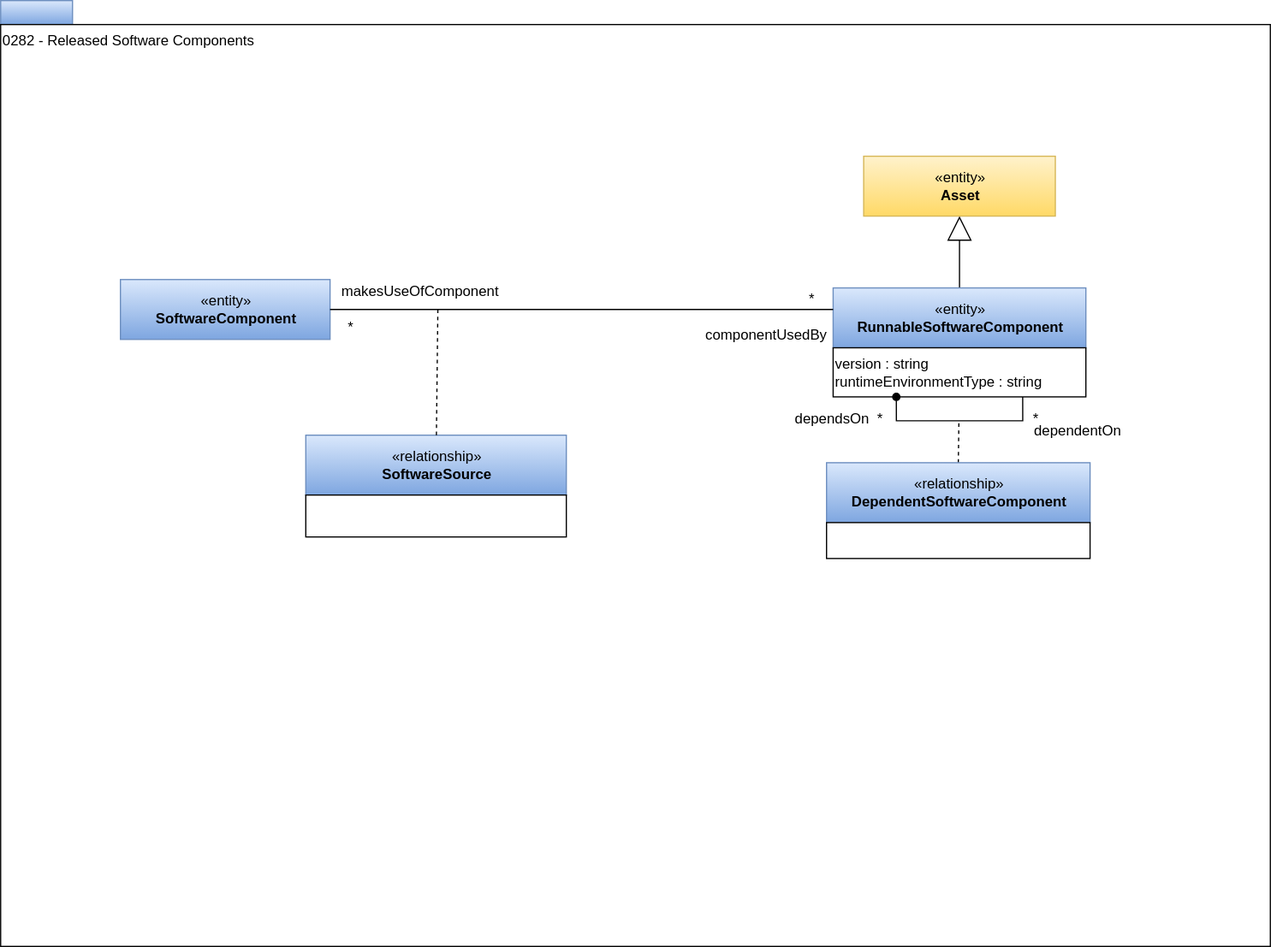
Before: site/docs/types/2/0282-Released-Software-Components.svg, a diagram exported from draw.io (odpi/egeria-docs). Source tidied: cells renumbered, new cells last; positions are measured from the earlier drawing's top-left corner, leaving out a move shared by most shapes.
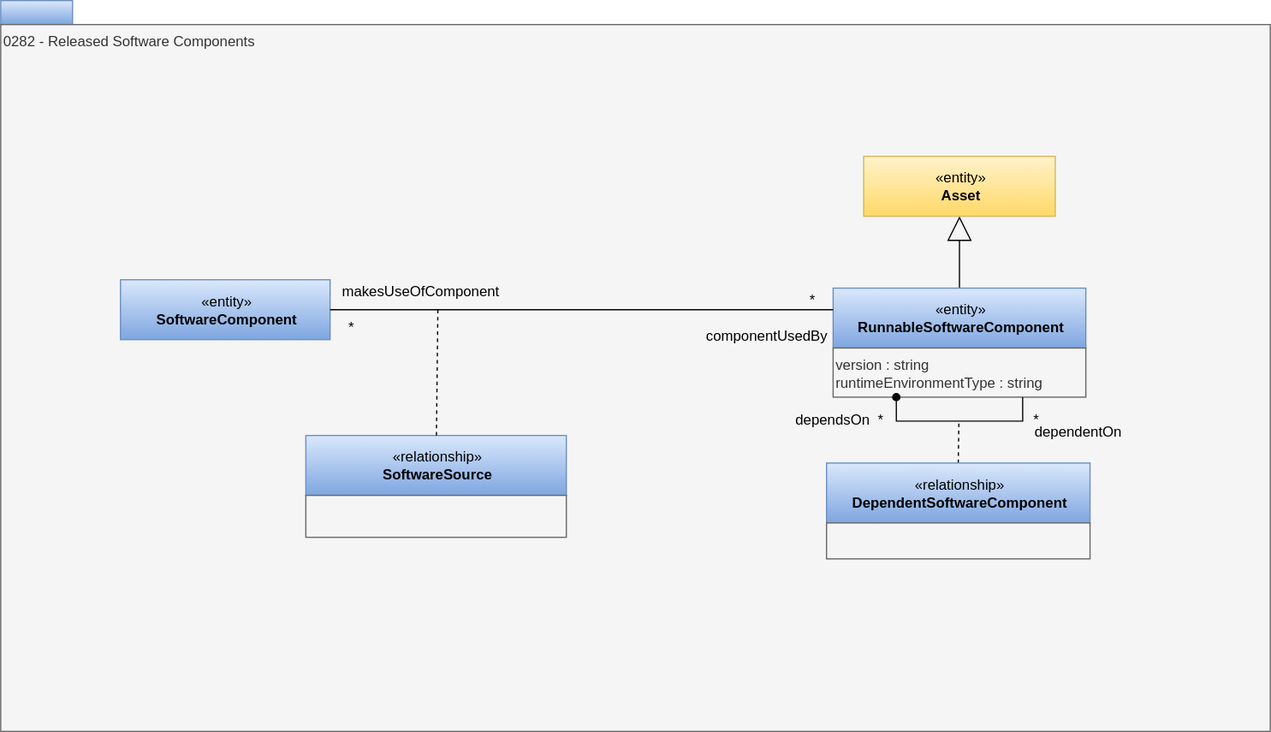
The same file after the commit.

The edit, as a diff of the source:
```diff
@@ -5,8 +5,8 @@
     <mxCell id="2" style="rounded=0;whiteSpace=wrap;html=1;align=left;fillColor=#dae8fc;strokeColor=#6c8ebf;gradientColor=#7ea6e0;" parent="1" vertex="1">
       <mxGeometry width="60" height="20" as="geometry" />
     </mxCell>
-    <mxCell id="3" value="0282 - Released Software Components" style="rounded=0;whiteSpace=wrap;html=1;align=left;verticalAlign=top;" parent="1" vertex="1">
-      <mxGeometry y="20" width="1060" height="770" as="geometry" />
+    <mxCell id="3" value="0282 - Released Software Components" style="rounded=0;whiteSpace=wrap;html=1;align=left;verticalAlign=top;fillColor=#f5f5f5;fontColor=#333333;strokeColor=#666666;" parent="1" vertex="1">
+      <mxGeometry y="20" width="1060" height="590" as="geometry" />
     </mxCell>
     <mxCell id="4" style="edgeStyle=none;rounded=0;jettySize=auto;html=1;entryX=0.5;entryY=1;entryDx=0;entryDy=0;endArrow=block;endFill=0;strokeColor=#000000;strokeWidth=1;endSize=18;" parent="1" edge="1" source="5" target="14">
       <mxGeometry relative="1" as="geometry" />
@@ -22,10 +22,10 @@
     <mxCell id="7" value="«relationship»&lt;br&gt;&lt;b&gt;DependentSoftwareComponent&lt;/b&gt;" style="html=1;strokeColor=#6c8ebf;align=center;fillColor=#dae8fc;gradientColor=#7ea6e0;" parent="1" vertex="1">
       <mxGeometry x="689.5" y="386" width="220" height="50" as="geometry" />
     </mxCell>
-    <mxCell id="8" style="rounded=0;whiteSpace=wrap;html=1;strokeColor=#000000;gradientColor=#ffffff;align=left;" parent="1" vertex="1">
+    <mxCell id="8" style="rounded=0;whiteSpace=wrap;html=1;strokeColor=#666666;align=left;fillColor=#f5f5f5;fontColor=#333333;" parent="1" vertex="1">
       <mxGeometry x="689.5" y="436" width="220" height="30" as="geometry" />
     </mxCell>
-    <mxCell id="9" value="version : string&lt;br&gt;runtimeEnvironmentType : string" style="rounded=0;whiteSpace=wrap;html=1;strokeColor=#000000;gradientColor=#ffffff;align=left;" parent="1" vertex="1">
+    <mxCell id="9" value="version : string&lt;br&gt;runtimeEnvironmentType : string" style="rounded=0;whiteSpace=wrap;html=1;strokeColor=#666666;align=left;fillColor=#f5f5f5;fontColor=#333333;" parent="1" vertex="1">
       <mxGeometry x="695" y="290" width="211" height="41" as="geometry" />
     </mxCell>
     <mxCell id="10" value="*" style="text;html=1;align=center;verticalAlign=middle;" parent="1" vertex="1">
@@ -57,7 +57,7 @@
     <mxCell id="17" value="«relationship»&lt;br&gt;&lt;b&gt;SoftwareSource&lt;/b&gt;" style="html=1;strokeColor=#6c8ebf;align=center;fillColor=#dae8fc;gradientColor=#7ea6e0;" parent="1" vertex="1">
       <mxGeometry x="254.8" y="363" width="217.5" height="50" as="geometry" />
     </mxCell>
-    <mxCell id="18" style="rounded=0;whiteSpace=wrap;html=1;strokeColor=#000000;gradientColor=#ffffff;align=left;" parent="1" vertex="1">
+    <mxCell id="18" style="rounded=0;whiteSpace=wrap;html=1;strokeColor=#666666;align=left;fillColor=#f5f5f5;fontColor=#333333;" parent="1" vertex="1">
       <mxGeometry x="254.8" y="413" width="217.5" height="35" as="geometry" />
     </mxCell>
     <mxCell id="19" style="endArrow=none;dashed=1;html=1;" parent="1" edge="1" source="17">
```
